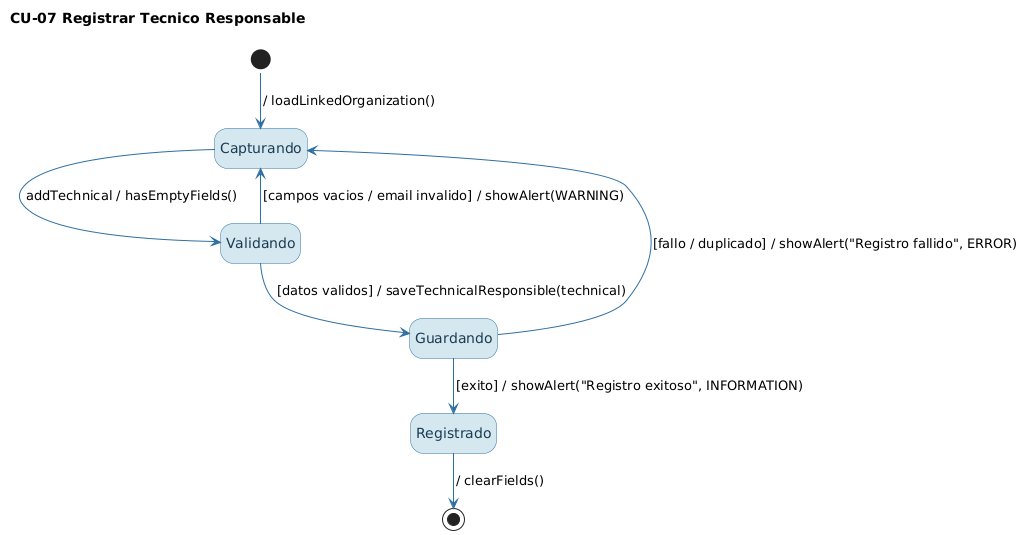
Earlier version of the PlantUML export diagramas_estado_img/CU-07_RegistrarTecnicoResponsable.png (laramontielpedrojose-bit/Nuevo). Its diagram source:
```plantuml
@startuml
!pragma layout smetana
hide empty description
skinparam shadowing false
skinparam state {
  BackgroundColor #D5E8F0
  BorderColor #2E6FA3
  FontColor #1A3C53
  ArrowColor #2E6FA3
}
title CU-07 Registrar Tecnico Responsable
[*] --> Capturando : / loadLinkedOrganization()
Capturando --> Validando : addTechnical / hasEmptyFields()
Validando --> Capturando : [campos vacios / email invalido] / showAlert(WARNING)
Validando --> Guardando : [datos validos] / saveTechnicalResponsible(technical)
Guardando --> Registrado : [exito] / showAlert("Registro exitoso", INFORMATION)
Guardando --> Capturando : [fallo / duplicado] / showAlert("Registro fallido", ERROR)
Registrado --> [*] : / clearFields()
@enduml
```
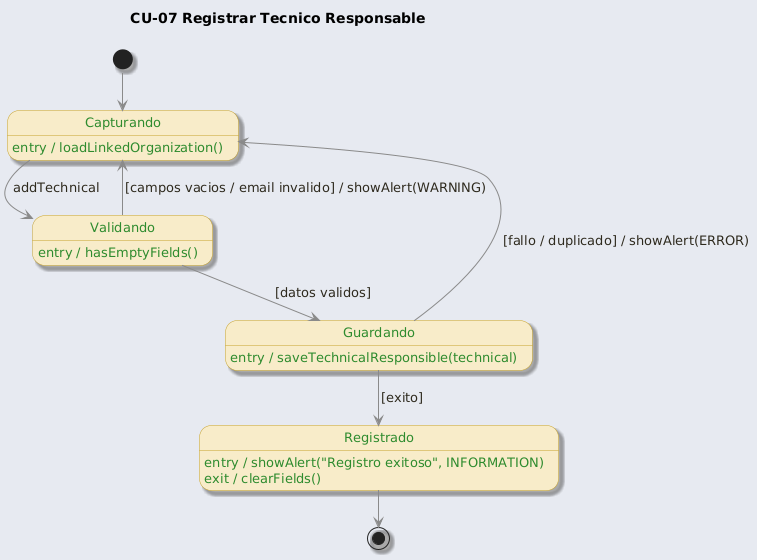
Later version of the same file.

Change to the diagram source:
```diff
@@ -1,19 +1,22 @@
 @startuml
 !pragma layout smetana
+!include _estilo.iuml
 hide empty description
-skinparam shadowing false
-skinparam state {
-  BackgroundColor #D5E8F0
-  BorderColor #2E6FA3
-  FontColor #1A3C53
-  ArrowColor #2E6FA3
-}
 title CU-07 Registrar Tecnico Responsable
-[*] --> Capturando : / loadLinkedOrganization()
-Capturando --> Validando : addTechnical / hasEmptyFields()
-Validando --> Capturando : [campos vacios / email invalido] / showAlert(WARNING)
-Validando --> Guardando : [datos validos] / saveTechnicalResponsible(technical)
-Guardando --> Registrado : [exito] / showAlert("Registro exitoso", INFORMATION)
-Guardando --> Capturando : [fallo / duplicado] / showAlert("Registro fallido", ERROR)
-Registrado --> [*] : / clearFields()
+state "Capturando" as Cap
+Cap : entry / loadLinkedOrganization()
+state "Validando" as Val
+Val : entry / hasEmptyFields()
+state "Guardando" as Guard
+Guard : entry / saveTechnicalResponsible(technical)
+state "Registrado" as Reg
+Reg : entry / showAlert("Registro exitoso", INFORMATION)
+Reg : exit / clearFields()
+[*] --> Cap
+Cap --> Val : addTechnical
+Val --> Cap : [campos vacios / email invalido] / showAlert(WARNING)
+Val --> Guard : [datos validos]
+Guard --> Reg : [exito]
+Guard --> Cap : [fallo / duplicado] / showAlert(ERROR)
+Reg --> [*]
 @enduml
```
